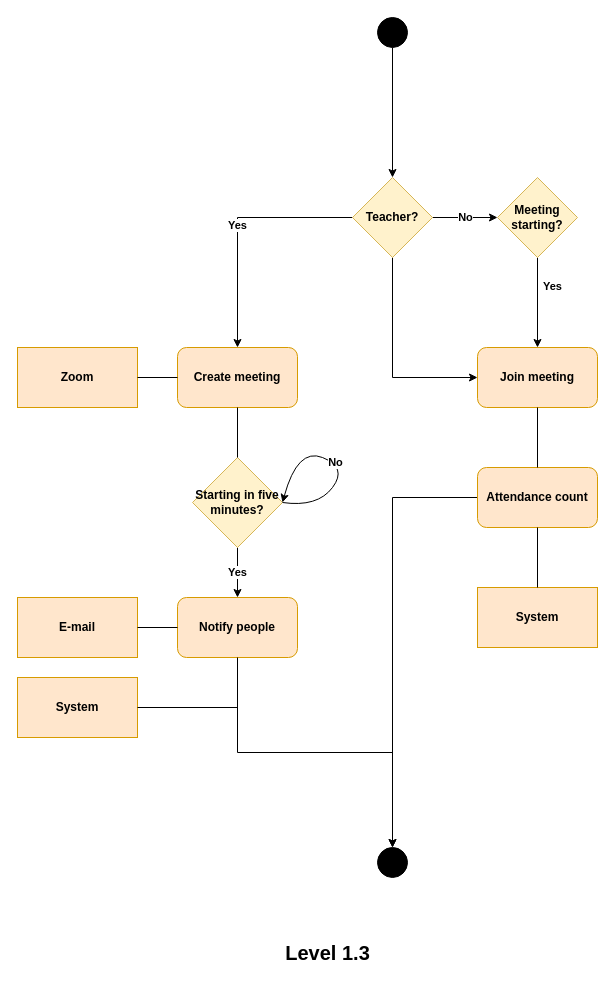
The draw.io diagram page "Activity 1.3" (15 of 21) of Diagrams.drawio in shirrsho/E-shcool, before the edit. Source tidied: cells renumbered, new cells numbered last; positions are measured from the earlier drawing's top-left corner, leaving out a move shared by most shapes. Both pictures are drawn from the tidied source at 100%, with x=0, y=0 at pixel (17, 17).
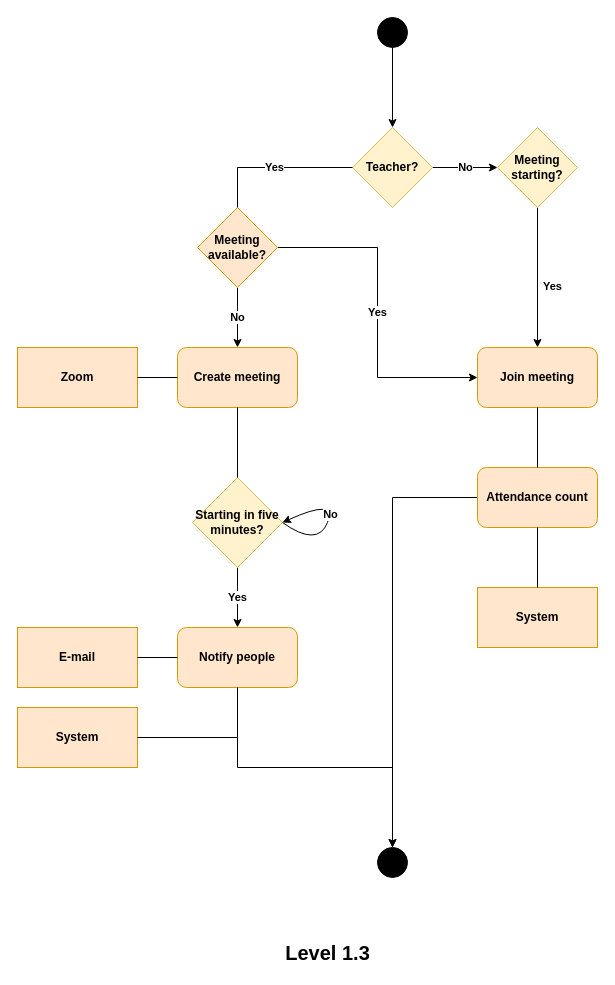
Above is the later version.

Unchanged cells that the change refers to:
```xml
<mxCell id="8" value="Create meeting" style="rounded=1;whiteSpace=wrap;html=1;fontStyle=1;fillColor=#ffe6cc;strokeColor=#d79b00;" parent="1" vertex="1">
  <mxGeometry x="160" y="330" width="120" height="60" as="geometry" />
</mxCell>
<mxCell id="18" value="Join meeting" style="rounded=1;whiteSpace=wrap;html=1;fontStyle=1;fillColor=#ffe6cc;strokeColor=#d79b00;" parent="1" vertex="1">
  <mxGeometry x="460" y="330" width="120" height="60" as="geometry" />
</mxCell>
```

Change to the diagram source:
```diff
@@
-    <mxCell id="4" value="Yes" style="edgeStyle=orthogonalEdgeStyle;rounded=0;jettySize=auto;html=1;fontColor=#000000;fontStyle=1;" parent="1" edge="1" source="7" target="8">
+    <mxCell id="4" value="No" style="edgeStyle=orthogonalEdgeStyle;rounded=0;jettySize=auto;html=1;fontColor=#000000;fontStyle=1;startArrow=none;" parent="1" edge="1" source="33" target="8">
       <mxGeometry relative="1" as="geometry" />
     </mxCell>
@@
-    <mxCell id="6" style="edgeStyle=orthogonalEdgeStyle;rounded=0;jettySize=auto;html=1;exitX=0.5;exitY=1;exitDx=0;exitDy=0;entryX=0;entryY=0.5;entryDx=0;entryDy=0;fontColor=#000000;fontStyle=1;" parent="1" edge="1" source="7" target="18">
-      <mxGeometry relative="1" as="geometry" />
-    </mxCell>
     <mxCell id="7" value="Teacher?" style="rhombus;whiteSpace=wrap;html=1;fontStyle=1;fillColor=#fff2cc;strokeColor=#d6b656;" parent="1" vertex="1">
-      <mxGeometry x="335" y="160" width="80" height="80" as="geometry" />
+      <mxGeometry x="335" y="110" width="80" height="80" as="geometry" />
     </mxCell>
@@
     <mxCell id="11" value="Starting in five minutes?" style="rhombus;whiteSpace=wrap;html=1;fontStyle=1;fillColor=#fff2cc;strokeColor=#d6b656;" parent="1" vertex="1">
-      <mxGeometry x="175" y="440" width="90" height="90" as="geometry" />
+      <mxGeometry x="175" y="460" width="90" height="90" as="geometry" />
     </mxCell>
@@
     <mxCell id="13" value="Notify people" style="rounded=1;whiteSpace=wrap;html=1;fontStyle=1;fillColor=#ffe6cc;strokeColor=#d79b00;" parent="1" vertex="1">
-      <mxGeometry x="160" y="580" width="120" height="60" as="geometry" />
+      <mxGeometry x="160" y="610" width="120" height="60" as="geometry" />
     </mxCell>
     <mxCell id="14" value="E-mail" style="rounded=0;whiteSpace=wrap;html=1;fontStyle=1;fillColor=#ffe6cc;strokeColor=#d79b00;" parent="1" vertex="1">
-      <mxGeometry y="580" width="120" height="60" as="geometry" />
+      <mxGeometry y="610" width="120" height="60" as="geometry" />
     </mxCell>
     <mxCell id="15" value="System" style="rounded=0;whiteSpace=wrap;html=1;fontStyle=1;fillColor=#ffe6cc;strokeColor=#d79b00;" parent="1" vertex="1">
-      <mxGeometry y="660" width="120" height="60" as="geometry" />
+      <mxGeometry y="690" width="120" height="60" as="geometry" />
     </mxCell>
@@
     <mxCell id="17" value="Meeting starting?" style="rhombus;whiteSpace=wrap;html=1;fontStyle=1;fillColor=#fff2cc;strokeColor=#d6b656;" parent="1" vertex="1">
-      <mxGeometry x="480" y="160" width="80" height="80" as="geometry" />
+      <mxGeometry x="480" y="110" width="80" height="80" as="geometry" />
     </mxCell>
@@
     <mxCell id="22" value="No" style="curved=1;endArrow=classic;html=1;rounded=0;fontColor=#000000;exitX=1;exitY=0.5;exitDx=0;exitDy=0;entryX=1;entryY=0.5;entryDx=0;entryDy=0;fontStyle=1;" parent="1" edge="1" source="11" target="11">
       <mxGeometry relative="1" as="geometry">
         <Array as="points">
-          <mxPoint x="300" y="490" />
-          <mxPoint x="330" y="450" />
-          <mxPoint x="280" y="430" />
+          <mxPoint x="300" y="530" />
+          <mxPoint x="320" y="480" />
         </Array>
       </mxGeometry>
     </mxCell>
@@
     <mxCell id="27" style="endArrow=none;html=1;rounded=0;fontColor=#000000;exitX=1;exitY=0.5;exitDx=0;exitDy=0;entryX=0.5;entryY=1;entryDx=0;entryDy=0;fontStyle=1;" parent="1" edge="1" source="15" target="13">
       <mxGeometry relative="1" as="geometry">
         <Array as="points">
-          <mxPoint x="220" y="690" />
+          <mxPoint x="220" y="720" />
         </Array>
       </mxGeometry>
     </mxCell>
@@
+    <mxCell id="32" value="Yes" style="edgeStyle=orthogonalEdgeStyle;rounded=0;jettySize=auto;html=1;exitX=1;exitY=0.5;exitDx=0;exitDy=0;entryX=0;entryY=0.5;entryDx=0;entryDy=0;fontStyle=1;" parent="1" edge="1" source="33" target="18">
+      <mxGeometry relative="1" as="geometry" />
+    </mxCell>
@@
+    <mxCell id="33" value="Meeting available?" style="rhombus;whiteSpace=wrap;html=1;strokeColor=#d79b00;fillColor=#ffe6cc;fontStyle=1;" parent="1" vertex="1">
+      <mxGeometry x="180" y="190" width="80" height="80" as="geometry" />
+    </mxCell>
@@
+    <mxCell id="34" value="Yes" style="edgeStyle=orthogonalEdgeStyle;rounded=0;jettySize=auto;html=1;fontColor=#000000;fontStyle=1;endArrow=none;entryX=0.5;entryY=0;entryDx=0;entryDy=0;" parent="1" edge="1" source="7" target="33">
+      <mxGeometry relative="1" as="geometry" />
+    </mxCell>
```
